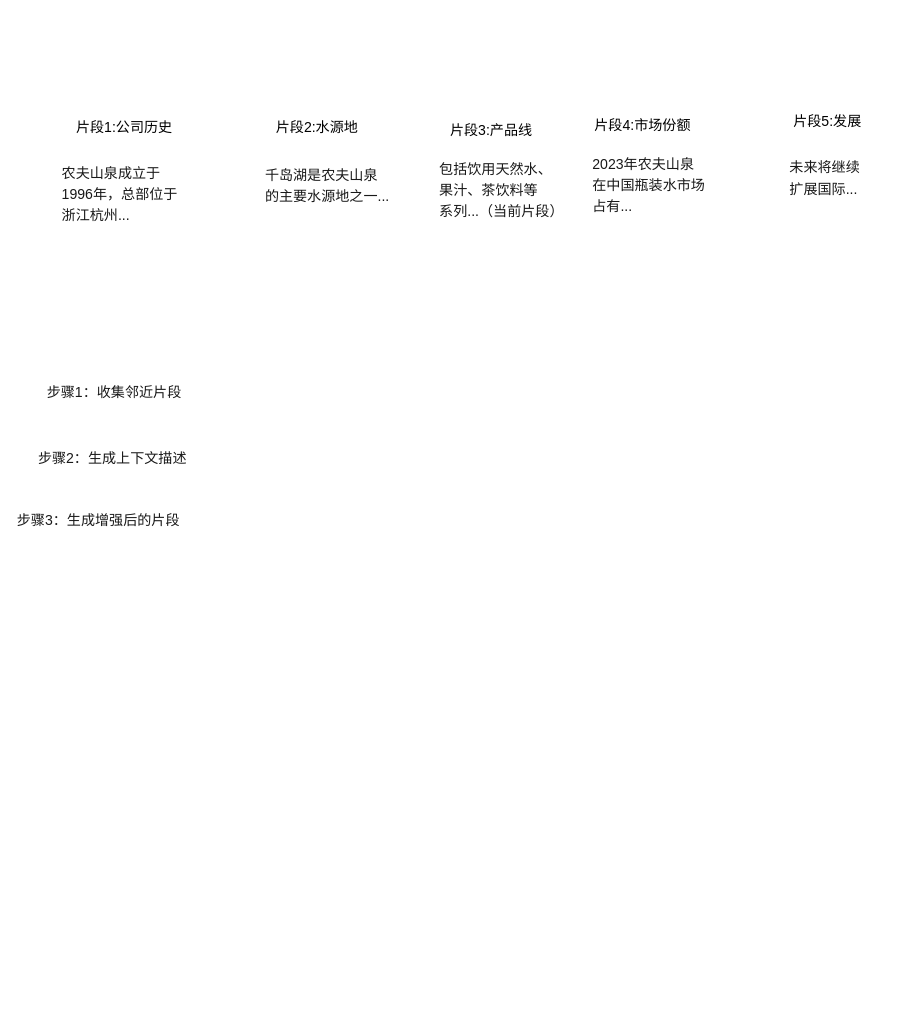
This is diagrams/flowchart_of_the_context_enhancement_algorithm_with_sliding_window.drawio from real-jiakai/draw, a draw.io file, before an edit. Source tidied: cells renumbered, new cells numbered last; positions are measured from the earlier drawing's top-left corner, leaving out a move shared by most shapes. Both pictures are drawn from the tidied source at 88%, with x=0, y=0 at pixel (15, 111).
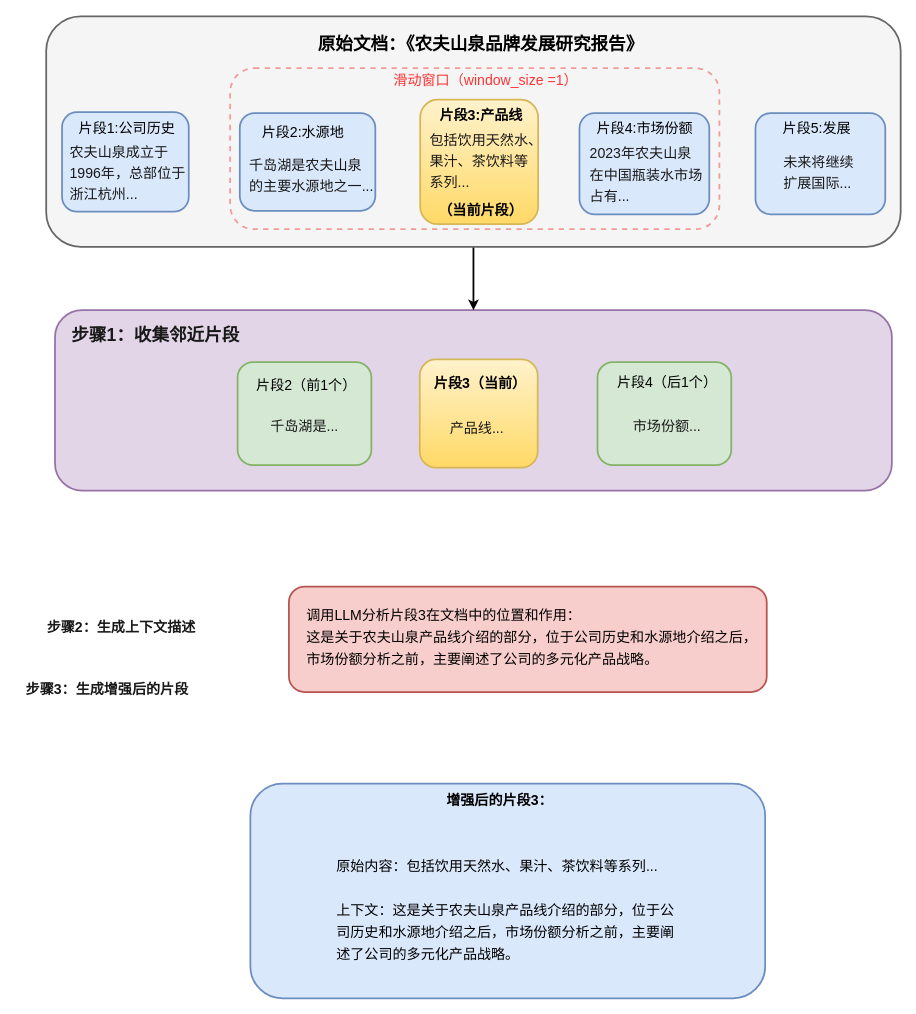
After the change.

The edit, as a diff of the source:
```diff
@@
+    <mxCell id="15" style="rounded=1;whiteSpace=wrap;html=1;fillColor=#e1d5e7;strokeColor=#9673a6;strokeWidth=2;" parent="1" vertex="1">
+      <mxGeometry x="45" y="226" width="951" height="205" as="geometry" />
+    </mxCell>
+    <mxCell id="16" style="edgeStyle=orthogonalEdgeStyle;rounded=0;jettySize=auto;html=1;exitX=0.5;exitY=1;exitDx=0;exitDy=0;strokeWidth=2;" parent="1" edge="1" source="17" target="15">
+      <mxGeometry relative="1" as="geometry" />
+    </mxCell>
+    <mxCell id="17" style="rounded=1;whiteSpace=wrap;html=1;fillColor=#f5f5f5;fontColor=#333333;strokeColor=#666666;strokeWidth=2;" parent="1" vertex="1">
+      <mxGeometry x="35" y="-108" width="971" height="262" as="geometry" />
+    </mxCell>
+    <mxCell id="18" style="rounded=1;whiteSpace=wrap;html=1;dashed=1;strokeWidth=2;strokeColor=#F19C99;fillColor=none;" parent="1" vertex="1">
+      <mxGeometry x="244" y="-49" width="556" height="183" as="geometry" />
+    </mxCell>
+    <mxCell id="19" style="rounded=1;whiteSpace=wrap;html=1;strokeWidth=2;fillColor=#dae8fc;strokeColor=#6c8ebf;" parent="1" vertex="1">
+      <mxGeometry x="841" y="2" width="147.5" height="115" as="geometry" />
+    </mxCell>
+    <mxCell id="20" style="rounded=1;whiteSpace=wrap;html=1;strokeWidth=2;fillColor=#dae8fc;strokeColor=#6c8ebf;" parent="1" vertex="1">
+      <mxGeometry x="641" y="2" width="147.5" height="115" as="geometry" />
+    </mxCell>
+    <mxCell id="21" style="rounded=1;whiteSpace=wrap;html=1;strokeWidth=2;fillColor=#fff2cc;strokeColor=#d6b656;gradientColor=#ffd966;" parent="1" vertex="1">
+      <mxGeometry x="460" y="-13.2" width="134" height="141.5" as="geometry" />
+    </mxCell>
+    <mxCell id="22" style="rounded=1;whiteSpace=wrap;html=1;strokeWidth=2;fillColor=#dae8fc;strokeColor=#6c8ebf;" parent="1" vertex="1">
+      <mxGeometry x="255" y="2" width="154" height="111" as="geometry" />
+    </mxCell>
+    <mxCell id="23" style="rounded=1;whiteSpace=wrap;html=1;strokeWidth=2;fillColor=#dae8fc;strokeColor=#6c8ebf;" parent="1" vertex="1">
+      <mxGeometry x="53" y="1" width="144" height="113" as="geometry" />
+    </mxCell>
     <mxCell id="2" value="&lt;font style=&quot;font-size: 16px;&quot;&gt;片段1:公司历史&lt;/font&gt;&lt;div&gt;&lt;br&gt;&lt;/div&gt;" style="text;html=1;align=center;verticalAlign=middle;whiteSpace=wrap;rounded=0;" parent="1" vertex="1">
-      <mxGeometry x="63" y="7" width="122" height="36" as="geometry" />
+      <mxGeometry x="65" y="17.5" width="124" height="16" as="geometry" />
     </mxCell>
     <mxCell id="3" value="&lt;div style=&quot;font-size: 16px; line-height: 24px; white-space: pre;&quot;&gt;&lt;span&gt;&lt;font face=&quot;Helvetica&quot; style=&quot;color: rgb(25, 25, 25);&quot;&gt;农夫山泉成立于&lt;/font&gt;&lt;/span&gt;&lt;/div&gt;&lt;div style=&quot;font-size: 16px; line-height: 24px; white-space: pre;&quot;&gt;&lt;span&gt;&lt;font face=&quot;Helvetica&quot; style=&quot;color: rgb(25, 25, 25);&quot;&gt;1996年，总部位于&lt;/font&gt;&lt;/span&gt;&lt;/div&gt;&lt;div style=&quot;font-size: 16px; line-height: 24px; white-space: pre;&quot;&gt;&lt;span&gt;&lt;font face=&quot;Helvetica&quot; style=&quot;color: rgb(25, 25, 25);&quot;&gt;浙江杭州...&lt;/font&gt;&lt;/span&gt;&lt;/div&gt;" style="text;html=1;align=left;verticalAlign=middle;whiteSpace=wrap;rounded=0;" parent="1" vertex="1">
-      <mxGeometry x="51" y="54" width="142" height="79" as="geometry" />
+      <mxGeometry x="59.5" y="35.5" width="121" height="69" as="geometry" />
     </mxCell>
     <mxCell id="4" value="&lt;font style=&quot;font-size: 16px;&quot;&gt;片段2:水源地&lt;/font&gt;&lt;div&gt;&lt;br&gt;&lt;/div&gt;" style="text;html=1;align=center;verticalAlign=middle;whiteSpace=wrap;rounded=0;" parent="1" vertex="1">
-      <mxGeometry x="282" y="7" width="122" height="36" as="geometry" />
+      <mxGeometry x="267" y="18" width="120" height="25" as="geometry" />
     </mxCell>
     <mxCell id="5" value="&lt;div style=&quot;font-size: 16px; line-height: 24px; white-space: pre;&quot;&gt;&lt;div style=&quot;line-height: 24px;&quot;&gt;&lt;span&gt;&lt;font face=&quot;Helvetica&quot; style=&quot;color: rgb(25, 25, 25);&quot;&gt;千岛湖是农夫山泉&lt;/font&gt;&lt;/span&gt;&lt;/div&gt;&lt;div style=&quot;line-height: 24px;&quot;&gt;&lt;span&gt;&lt;font face=&quot;Helvetica&quot; style=&quot;color: rgb(25, 25, 25);&quot;&gt;的主要水源地之一...&lt;/font&gt;&lt;/span&gt;&lt;/div&gt;&lt;/div&gt;" style="text;html=1;align=left;verticalAlign=middle;whiteSpace=wrap;rounded=0;" parent="1" vertex="1">
-      <mxGeometry x="282" y="54" width="151" height="60" as="geometry" />
+      <mxGeometry x="263.5" y="43" width="137" height="59" as="geometry" />
     </mxCell>
-    <mxCell id="6" value="&lt;font style=&quot;font-size: 16px;&quot;&gt;片段3:产品线&lt;/font&gt;&lt;div&gt;&lt;br&gt;&lt;/div&gt;" style="text;html=1;align=center;verticalAlign=middle;whiteSpace=wrap;rounded=0;" parent="1" vertex="1">
-      <mxGeometry x="480" y="10" width="122" height="36" as="geometry" />
+    <mxCell id="6" value="&lt;font style=&quot;font-size: 16px;&quot;&gt;&lt;b&gt;片段3:产品线&lt;/b&gt;&lt;/font&gt;&lt;div&gt;&lt;br&gt;&lt;/div&gt;" style="text;html=1;align=center;verticalAlign=middle;whiteSpace=wrap;rounded=0;" parent="1" vertex="1">
+      <mxGeometry x="472.5" y="-0.8" width="113" height="23.5" as="geometry" />
     </mxCell>
-    <mxCell id="7" value="&lt;div style=&quot;font-size: 16px; line-height: 24px; white-space: pre;&quot;&gt;&lt;div style=&quot;line-height: 24px;&quot;&gt;&lt;div style=&quot;line-height: 24px;&quot;&gt;&lt;font style=&quot;color: rgb(25, 25, 25);&quot; face=&quot;Helvetica&quot;&gt;包括饮用天然水、&lt;/font&gt;&lt;/div&gt;&lt;div style=&quot;line-height: 24px;&quot;&gt;&lt;font style=&quot;color: rgb(25, 25, 25);&quot; face=&quot;Helvetica&quot;&gt;果汁、茶饮料等&lt;/font&gt;&lt;/div&gt;&lt;div style=&quot;line-height: 24px;&quot;&gt;&lt;font style=&quot;color: rgb(25, 25, 25);&quot; face=&quot;Helvetica&quot;&gt;系列...（当前片段）&lt;/font&gt;&lt;/div&gt;&lt;/div&gt;&lt;/div&gt;" style="text;html=1;align=left;verticalAlign=middle;whiteSpace=wrap;rounded=0;" parent="1" vertex="1">
-      <mxGeometry x="480" y="52" width="140.5" height="76" as="geometry" />
+    <mxCell id="7" value="&lt;div style=&quot;font-size: 16px; line-height: 24px; white-space: pre;&quot;&gt;&lt;div style=&quot;line-height: 24px;&quot;&gt;&lt;div style=&quot;line-height: 24px;&quot;&gt;&lt;font style=&quot;color: rgb(25, 25, 25);&quot; face=&quot;Helvetica&quot;&gt;包括饮用天然水、&lt;/font&gt;&lt;/div&gt;&lt;div style=&quot;line-height: 24px;&quot;&gt;&lt;font style=&quot;color: rgb(25, 25, 25);&quot; face=&quot;Helvetica&quot;&gt;果汁、茶饮料等&lt;/font&gt;&lt;/div&gt;&lt;div style=&quot;line-height: 24px;&quot;&gt;&lt;font style=&quot;color: rgb(25, 25, 25);&quot; face=&quot;Helvetica&quot;&gt;系列...&lt;/font&gt;&lt;/div&gt;&lt;/div&gt;&lt;/div&gt;" style="text;html=1;align=left;verticalAlign=middle;whiteSpace=wrap;rounded=0;" parent="1" vertex="1">
+      <mxGeometry x="468.5" y="22.8" width="117" height="68.5" as="geometry" />
     </mxCell>
     <mxCell id="8" value="&lt;font style=&quot;font-size: 16px;&quot;&gt;片段4:市场份额&lt;/font&gt;&lt;div&gt;&lt;br&gt;&lt;/div&gt;" style="text;html=1;align=center;verticalAlign=middle;whiteSpace=wrap;rounded=0;" parent="1" vertex="1">
-      <mxGeometry x="652" y="5" width="122" height="36" as="geometry" />
+      <mxGeometry x="654.5" y="15" width="120.5" height="21" as="geometry" />
     </mxCell>
     <mxCell id="9" value="&lt;div style=&quot;font-size: 16px; line-height: 24px; white-space: pre;&quot;&gt;&lt;div style=&quot;line-height: 24px;&quot;&gt;&lt;div style=&quot;line-height: 24px;&quot;&gt;&lt;div style=&quot;line-height: 24px;&quot;&gt;&lt;span&gt;&lt;font face=&quot;Helvetica&quot; style=&quot;color: rgb(25, 25, 25);&quot;&gt;2023年农夫山泉&lt;/font&gt;&lt;/span&gt;&lt;/div&gt;&lt;div style=&quot;line-height: 24px;&quot;&gt;&lt;span&gt;&lt;font face=&quot;Helvetica&quot; style=&quot;color: rgb(25, 25, 25);&quot;&gt;在中国瓶装水市场&lt;/font&gt;&lt;/span&gt;&lt;/div&gt;&lt;div style=&quot;line-height: 24px;&quot;&gt;&lt;span&gt;&lt;font face=&quot;Helvetica&quot; style=&quot;color: rgb(25, 25, 25);&quot;&gt;占有...&lt;/font&gt;&lt;/span&gt;&lt;/div&gt;&lt;/div&gt;&lt;/div&gt;&lt;/div&gt;" style="text;html=1;align=left;verticalAlign=middle;whiteSpace=wrap;rounded=0;" parent="1" vertex="1">
-      <mxGeometry x="654" y="46" width="140.5" height="76" as="geometry" />
+      <mxGeometry x="650.5" y="35.5" width="129.5" height="73.5" as="geometry" />
     </mxCell>
     <mxCell id="10" value="&lt;font style=&quot;font-size: 16px;&quot;&gt;片段5:发展&lt;/font&gt;&lt;div&gt;&lt;br&gt;&lt;/div&gt;" style="text;html=1;align=center;verticalAlign=middle;whiteSpace=wrap;rounded=0;" parent="1" vertex="1">
-      <mxGeometry x="862" width="122" height="36" as="geometry" />
+      <mxGeometry x="853.8" y="11.8" width="114.2" height="27.5" as="geometry" />
     </mxCell>
     <mxCell id="11" value="&lt;div style=&quot;font-size: 16px; line-height: 24px; white-space: pre;&quot;&gt;&lt;div style=&quot;line-height: 24px;&quot;&gt;&lt;div style=&quot;line-height: 24px;&quot;&gt;&lt;div style=&quot;line-height: 24px;&quot;&gt;&lt;div style=&quot;line-height: 24px;&quot;&gt;&lt;font style=&quot;color: rgb(25, 25, 25);&quot; face=&quot;Helvetica&quot;&gt;未来将继续&lt;/font&gt;&lt;/div&gt;&lt;div style=&quot;line-height: 24px;&quot;&gt;&lt;font style=&quot;color: rgb(25, 25, 25);&quot; face=&quot;Helvetica&quot;&gt;扩展国际...&lt;/font&gt;&lt;/div&gt;&lt;/div&gt;&lt;/div&gt;&lt;/div&gt;&lt;/div&gt;" style="text;html=1;align=left;verticalAlign=middle;whiteSpace=wrap;rounded=0;" parent="1" vertex="1">
-      <mxGeometry x="878" y="46" width="98.5" height="59" as="geometry" />
+      <mxGeometry x="870.8" y="42" width="88" height="56" as="geometry" />
     </mxCell>
-    <mxCell id="12" value="&lt;div&gt;&lt;div style=&quot;font-size: 16px; line-height: 24px; white-space: pre;&quot;&gt;&lt;span&gt;&lt;font face=&quot;Helvetica&quot; style=&quot;color: rgb(25, 25, 25);&quot;&gt;步骤1：收集邻近片段&lt;/font&gt;&lt;/span&gt;&lt;/div&gt;&lt;/div&gt;" style="text;html=1;align=center;verticalAlign=middle;whiteSpace=wrap;rounded=0;" parent="1" vertex="1">
-      <mxGeometry x="18" y="301" width="189" height="36" as="geometry" />
+    <mxCell id="12" value="&lt;div&gt;&lt;div style=&quot;line-height: 24px; white-space: pre;&quot;&gt;&lt;font face=&quot;Helvetica&quot; style=&quot;color: rgb(25, 25, 25); font-size: 20px;&quot;&gt;&lt;b style=&quot;&quot;&gt;步骤1：收集邻近片段&lt;/b&gt;&lt;/font&gt;&lt;/div&gt;&lt;/div&gt;" style="text;html=1;align=center;verticalAlign=middle;whiteSpace=wrap;rounded=0;" parent="1" vertex="1">
+      <mxGeometry x="56.5" y="237" width="204.5" height="36" as="geometry" />
     </mxCell>
-    <mxCell id="13" value="&lt;div style=&quot;line-height: 24px;&quot;&gt;&lt;font color=&quot;#191919&quot;&gt;&lt;span style=&quot;font-size: 16px; white-space: pre;&quot;&gt;步骤2：生成上下文描述&lt;/span&gt;&lt;/font&gt;&lt;/div&gt;" style="text;html=1;align=center;verticalAlign=middle;whiteSpace=wrap;rounded=0;" parent="1" vertex="1">
-      <mxGeometry x="16" y="377" width="189" height="36" as="geometry" />
+    <mxCell id="13" value="&lt;div style=&quot;line-height: 24px;&quot;&gt;&lt;font color=&quot;#191919&quot;&gt;&lt;span style=&quot;font-size: 16px; white-space: pre;&quot;&gt;&lt;b&gt;步骤2：生成上下文描述&lt;/b&gt;&lt;/span&gt;&lt;/font&gt;&lt;/div&gt;" style="text;html=1;align=center;verticalAlign=middle;whiteSpace=wrap;rounded=0;" parent="1" vertex="1">
+      <mxGeometry x="26" y="569" width="189" height="36" as="geometry" />
     </mxCell>
-    <mxCell id="14" value="&lt;div style=&quot;line-height: 24px;&quot;&gt;&lt;font color=&quot;#191919&quot;&gt;&lt;span style=&quot;font-size: 16px; white-space: pre;&quot;&gt;步骤3：生成增强后的片段&lt;/span&gt;&lt;/font&gt;&lt;/div&gt;" style="text;html=1;align=center;verticalAlign=middle;whiteSpace=wrap;rounded=0;" parent="1" vertex="1">
-      <mxGeometry y="448" width="189" height="36" as="geometry" />
+    <mxCell id="14" value="&lt;div style=&quot;line-height: 24px;&quot;&gt;&lt;font color=&quot;#191919&quot;&gt;&lt;span style=&quot;font-size: 16px; white-space: pre;&quot;&gt;&lt;b&gt;步骤3：生成增强后的片段&lt;/b&gt;&lt;/span&gt;&lt;/font&gt;&lt;/div&gt;" style="text;html=1;align=center;verticalAlign=middle;whiteSpace=wrap;rounded=0;" parent="1" vertex="1">
+      <mxGeometry x="10" y="640" width="189" height="36" as="geometry" />
     </mxCell>
+    <mxCell id="24" value="&lt;font style=&quot;font-size: 20px;&quot;&gt;&lt;b&gt;原始文档：《农夫山泉品牌发展研究报告》&lt;/b&gt;&lt;/font&gt;" style="text;html=1;align=center;verticalAlign=middle;whiteSpace=wrap;rounded=0;" parent="1" vertex="1">
+      <mxGeometry x="343" y="-92" width="372" height="30" as="geometry" />
+    </mxCell>
+    <mxCell id="25" style="rounded=1;whiteSpace=wrap;html=1;strokeWidth=2;fillColor=#d5e8d4;strokeColor=#82b366;" parent="1" vertex="1">
+      <mxGeometry x="252.5" y="285" width="152" height="117" as="geometry" />
+    </mxCell>
+    <mxCell id="26" value="&lt;font style=&quot;font-size: 16px;&quot;&gt;片段2（前1个）&lt;/font&gt;&lt;div&gt;&lt;br&gt;&lt;/div&gt;" style="text;html=1;align=center;verticalAlign=middle;whiteSpace=wrap;rounded=0;fillColor=#d5e8d4;strokeColor=none;" parent="1" vertex="1">
+      <mxGeometry x="273.2" y="307" width="113" height="21" as="geometry" />
+    </mxCell>
+    <mxCell id="27" value="&lt;div style=&quot;font-size: 16px; line-height: 24px; white-space: pre;&quot;&gt;&lt;div style=&quot;line-height: 24px;&quot;&gt;&lt;span&gt;&lt;font face=&quot;Helvetica&quot; style=&quot;color: rgb(25, 25, 25);&quot;&gt;千岛湖是&lt;/font&gt;&lt;/span&gt;&lt;span style=&quot;color: light-dark(rgb(25, 25, 25), rgb(216, 216, 216)); background-color: transparent;&quot;&gt;...&lt;/span&gt;&lt;/div&gt;&lt;/div&gt;" style="text;html=1;align=left;verticalAlign=middle;whiteSpace=wrap;rounded=0;fillColor=#d5e8d4;strokeColor=none;" parent="1" vertex="1">
+      <mxGeometry x="287.5" y="331" width="78.8" height="53" as="geometry" />
+    </mxCell>
+    <mxCell id="28" style="rounded=1;whiteSpace=wrap;html=1;strokeWidth=2;fillColor=#fff2cc;strokeColor=#d6b656;gradientColor=#ffd966;" parent="1" vertex="1">
+      <mxGeometry x="459.5" y="282" width="134" height="123" as="geometry" />
+    </mxCell>
+    <mxCell id="29" value="&lt;font style=&quot;font-size: 16px;&quot;&gt;&lt;b&gt;片段3（当前）&lt;/b&gt;&lt;/font&gt;&lt;div&gt;&lt;br&gt;&lt;/div&gt;" style="text;html=1;align=center;verticalAlign=middle;whiteSpace=wrap;rounded=0;" parent="1" vertex="1">
+      <mxGeometry x="474.8" y="302" width="103.5" height="27.5" as="geometry" />
+    </mxCell>
+    <mxCell id="30" value="&lt;div style=&quot;font-size: 16px; line-height: 24px; white-space: pre;&quot;&gt;&lt;div style=&quot;line-height: 24px;&quot;&gt;&lt;div style=&quot;line-height: 24px;&quot;&gt;&lt;font color=&quot;#191919&quot;&gt;产品线...&lt;/font&gt;&lt;/div&gt;&lt;/div&gt;&lt;/div&gt;" style="text;html=1;align=left;verticalAlign=middle;whiteSpace=wrap;rounded=0;" parent="1" vertex="1">
+      <mxGeometry x="492" y="329.5" width="69" height="60" as="geometry" />
+    </mxCell>
+    <mxCell id="31" style="rounded=1;whiteSpace=wrap;html=1;strokeWidth=2;fillColor=#d5e8d4;strokeColor=#82b366;" parent="1" vertex="1">
+      <mxGeometry x="661.5" y="285" width="152" height="117" as="geometry" />
+    </mxCell>
+    <mxCell id="32" value="&lt;font style=&quot;font-size: 16px;&quot;&gt;片段4（后1个）&lt;/font&gt;&lt;div&gt;&lt;br&gt;&lt;/div&gt;" style="text;html=1;align=center;verticalAlign=middle;whiteSpace=wrap;rounded=0;fillColor=#d5e8d4;strokeColor=none;" parent="1" vertex="1">
+      <mxGeometry x="682.5" y="303.2" width="114" height="23" as="geometry" />
+    </mxCell>
+    <mxCell id="33" value="&lt;div style=&quot;font-size: 16px; line-height: 24px; white-space: pre;&quot;&gt;&lt;div style=&quot;line-height: 24px;&quot;&gt;&lt;span style=&quot;color: light-dark(rgb(25, 25, 25), rgb(216, 216, 216)); background-color: transparent;&quot;&gt;市场份额...&lt;/span&gt;&lt;/div&gt;&lt;/div&gt;" style="text;html=1;align=left;verticalAlign=middle;whiteSpace=wrap;rounded=0;fillColor=#d5e8d4;strokeColor=none;" parent="1" vertex="1">
+      <mxGeometry x="700" y="333" width="75" height="49" as="geometry" />
+    </mxCell>
+    <mxCell id="34" style="rounded=1;whiteSpace=wrap;html=1;strokeWidth=2;fillColor=#f8cecc;strokeColor=#b85450;" parent="1" vertex="1">
+      <mxGeometry x="310.8" y="540" width="543" height="120" as="geometry" />
+    </mxCell>
+    <mxCell id="35" value="&lt;div style=&quot;line-height: 24px;&quot;&gt;&lt;div style=&quot;line-height: 24px;&quot;&gt;&lt;span style=&quot;font-size: 16px; white-space: pre;&quot;&gt;调用LLM分析片段3在文档中的位置和作用：&lt;/span&gt;&lt;/div&gt;&lt;div style=&quot;line-height: 24px;&quot;&gt;&lt;span style=&quot;font-size: 16px; white-space: pre;&quot;&gt;这是关于农夫山泉产品线介绍的部分，位于公司历史和水源地介绍之后，&lt;/span&gt;&lt;/div&gt;&lt;div style=&quot;line-height: 24px;&quot;&gt;&lt;span style=&quot;font-size: 16px; white-space: pre;&quot;&gt;市场份额分析之前，主要阐述了公司的多元化产品战略。&lt;/span&gt;&lt;/div&gt;&lt;/div&gt;" style="text;html=1;align=left;verticalAlign=middle;whiteSpace=wrap;rounded=0;fillColor=none;strokeColor=none;" parent="1" vertex="1">
+      <mxGeometry x="328.8" y="550" width="521" height="98" as="geometry" />
+    </mxCell>
+    <mxCell id="36" style="rounded=1;whiteSpace=wrap;html=1;strokeWidth=2;fillColor=#dae8fc;strokeColor=#6c8ebf;" parent="1" vertex="1">
+      <mxGeometry x="267" y="764" width="585" height="244" as="geometry" />
+    </mxCell>
+    <mxCell id="37" value="&lt;div style=&quot;line-height: 24px;&quot;&gt;&lt;div style=&quot;line-height: 24px;&quot;&gt;&lt;span style=&quot;font-size: 16px; white-space: pre;&quot;&gt;&lt;b&gt;增强后的片段3：&lt;/b&gt;&lt;/span&gt;&lt;/div&gt;&lt;/div&gt;" style="text;html=1;align=left;verticalAlign=middle;whiteSpace=wrap;rounded=0;fillColor=none;strokeColor=none;" parent="1" vertex="1">
+      <mxGeometry x="488.2" y="767" width="114.8" height="34" as="geometry" />
+    </mxCell>
+    <mxCell id="38" value="&lt;div style=&quot;line-height: 24px;&quot;&gt;&lt;div style=&quot;line-height: 24px;&quot;&gt;&lt;span style=&quot;white-space: pre;&quot;&gt;&lt;font style=&quot;font-size: 16px;&quot;&gt;原始内容：包括饮用天然水、果汁、茶饮料等系列...&lt;/font&gt;&lt;/span&gt;&lt;/div&gt;&lt;div style=&quot;line-height: 24px;&quot;&gt;&lt;span style=&quot;white-space: pre;&quot;&gt;&lt;font style=&quot;font-size: 16px;&quot;&gt;&lt;br&gt;&lt;/font&gt;&lt;/span&gt;&lt;/div&gt;&lt;div style=&quot;line-height: 24px;&quot;&gt;&lt;font style=&quot;font-size: 16px;&quot;&gt;上下文：这是关于农夫山泉产品线介绍的部分，位于公司历史和水源地介绍之后，市场份额分析之前，主要阐述了公司的多元化产品战略。&lt;/font&gt;&lt;/div&gt;&lt;/div&gt;" style="text;html=1;align=left;verticalAlign=middle;whiteSpace=wrap;rounded=0;fillColor=none;strokeColor=none;" parent="1" vertex="1">
+      <mxGeometry x="363" y="851" width="385.5" height="116" as="geometry" />
+    </mxCell>
+    <mxCell id="39" value="&lt;div style=&quot;font-size: 16px; line-height: 24px; white-space: pre;&quot;&gt;&lt;div style=&quot;line-height: 24px;&quot;&gt;&lt;font style=&quot;color: rgb(255, 51, 51);&quot;&gt;滑动窗口（window_size =1）&lt;/font&gt;&lt;/div&gt;&lt;/div&gt;" style="text;html=1;align=left;verticalAlign=middle;whiteSpace=wrap;rounded=0;" parent="1" vertex="1">
+      <mxGeometry x="428.2" y="-46" width="204.5" height="22" as="geometry" />
+    </mxCell>
+    <mxCell id="40" value="&lt;div&gt;&lt;span style=&quot;font-size: 16px;&quot;&gt;&lt;b&gt;（当前片段）&lt;/b&gt;&lt;/span&gt;&lt;/div&gt;" style="text;html=1;align=center;verticalAlign=middle;whiteSpace=wrap;rounded=0;" parent="1" vertex="1">
+      <mxGeometry x="480" y="102.8" width="94" height="19" as="geometry" />
+    </mxCell>
```
